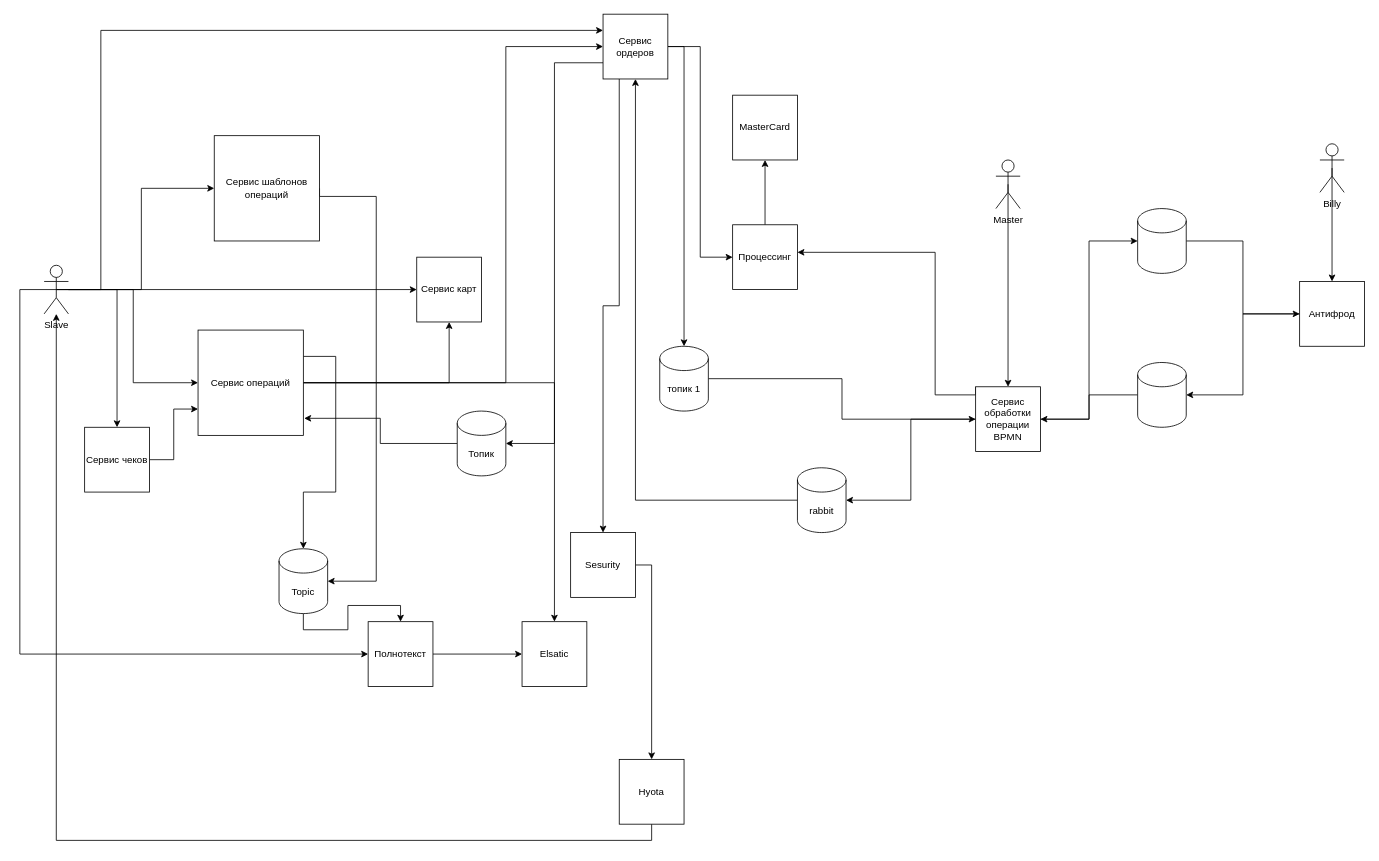
Above: IB_in_one_day.drawio in AleksandrMIM/ib_for_one_day (draw.io), before the change. Source tidied: cells renumbered, new cells numbered last; positions are measured from the earlier drawing's top-left corner, leaving out a move shared by most shapes. Both pictures are drawn from the tidied source at 81%, with x=0, y=0 at pixel (19, 14).
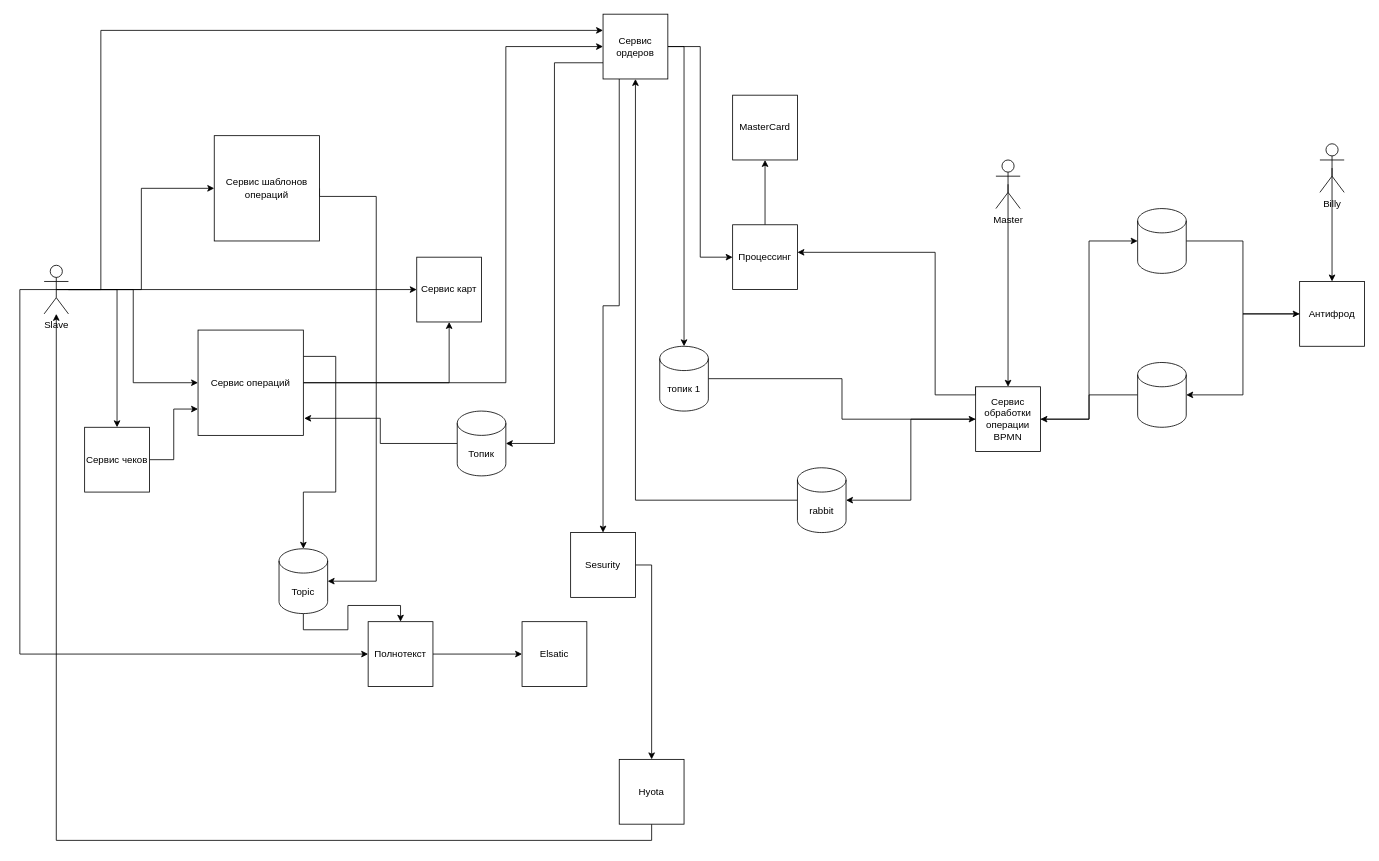
After the change.

Commit message (it also covers changes not shown here):
Add architecture diagram

Unchanged cells that the change refers to:
```xml
<mxCell id="8" value="Сервис операций" style="whiteSpace=wrap;html=1;" parent="1" vertex="1">
  <mxGeometry x="220" y="390" width="130" height="130" as="geometry" />
</mxCell>
<mxCell id="44" value="Elsatic" style="whiteSpace=wrap;html=1;" parent="1" vertex="1">
  <mxGeometry x="620" y="750" width="80" height="80" as="geometry" />
</mxCell>
```

Change to the diagram source:
```diff
@@
-    <mxCell id="5" style="edgeStyle=orthogonalEdgeStyle;rounded=0;jettySize=auto;html=1;exitX=1;exitY=0.5;exitDx=0;exitDy=0;" parent="1" edge="1" source="8" target="44">
-      <mxGeometry relative="1" as="geometry" />
-    </mxCell>
```
